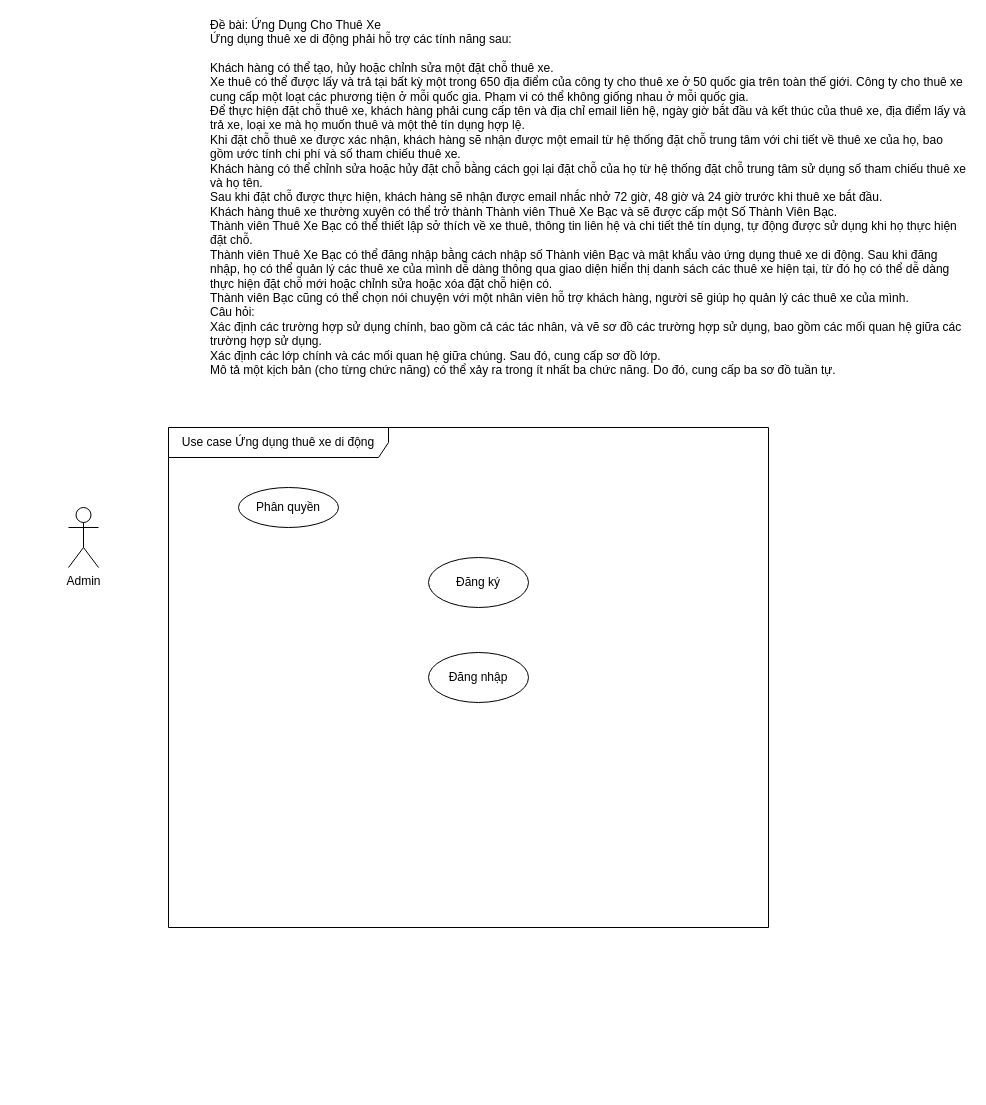
Above: page "Use case - Công nghệ lập trình web" (2 of 2) of CMC/Nháp.drawio in tranthihuong-753/test (draw.io), before the change. Source tidied: cells renumbered, new cells numbered last; positions are measured from the earlier drawing's top-left corner, leaving out a move shared by most shapes. Both pictures are drawn from the tidied source at 100%, with x=0, y=0 at pixel (68, 47).
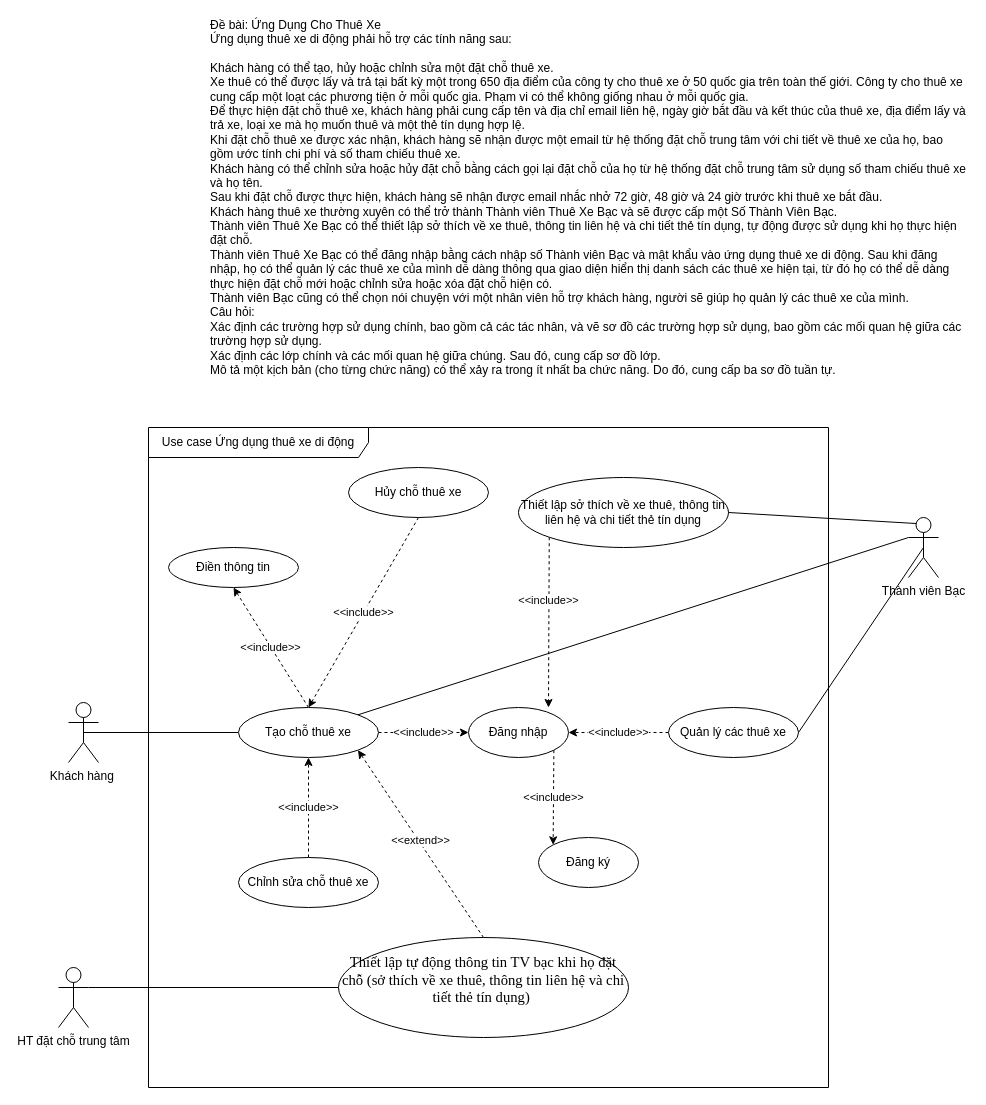
After the change.

Diff of the diagram source:
```diff
@@
     <mxCell id="3" value="Use case&amp;nbsp;&lt;span style=&quot;text-align: left;&quot;&gt;Ứng dụng thuê xe di động&lt;/span&gt;" style="shape=umlFrame;whiteSpace=wrap;html=1;width=220;height=30;" parent="1" vertex="1">
-      <mxGeometry x="100" y="380" width="600" height="500" as="geometry" />
+      <mxGeometry x="80" y="380" width="680" height="660" as="geometry" />
     </mxCell>
-    <mxCell id="4" value="Admin" style="shape=umlActor;verticalLabelPosition=bottom;verticalAlign=top;html=1;" parent="1" vertex="1">
-      <mxGeometry y="460" width="30" height="60" as="geometry" />
-    </mxCell>
-    <mxCell id="5" value="Phân quyền" style="ellipse;whiteSpace=wrap;html=1;" parent="1" vertex="1">
-      <mxGeometry x="170" y="440" width="100" height="40" as="geometry" />
-    </mxCell>
     <mxCell id="6" value="Đăng ký" style="ellipse;whiteSpace=wrap;html=1;" parent="1" vertex="1">
-      <mxGeometry x="360" y="510" width="100" height="50" as="geometry" />
+      <mxGeometry x="470" y="790" width="100" height="50" as="geometry" />
     </mxCell>
+    <mxCell id="8" value="&amp;lt;&amp;lt;include&amp;gt;&amp;gt;" style="rounded=0;jettySize=auto;html=1;exitX=1;exitY=1;exitDx=0;exitDy=0;entryX=0;entryY=0;entryDx=0;entryDy=0;dashed=1;" parent="1" edge="1" source="7" target="6">
+      <mxGeometry relative="1" as="geometry" />
+    </mxCell>
     <mxCell id="7" value="Đăng nhập" style="ellipse;whiteSpace=wrap;html=1;" parent="1" vertex="1">
-      <mxGeometry x="360" y="605" width="100" height="50" as="geometry" />
+      <mxGeometry x="400" y="660" width="100" height="50" as="geometry" />
     </mxCell>
+    <mxCell id="9" style="rounded=0;jettySize=auto;html=1;exitX=0.5;exitY=0.5;exitDx=0;exitDy=0;exitPerimeter=0;entryX=0;entryY=0.5;entryDx=0;entryDy=0;endArrow=none;startFill=0;" parent="1" edge="1" source="10" target="13">
+      <mxGeometry relative="1" as="geometry" />
+    </mxCell>
+    <mxCell id="10" value="Khách hàng&amp;nbsp;" style="shape=umlActor;verticalLabelPosition=bottom;verticalAlign=top;html=1;" parent="1" vertex="1">
+      <mxGeometry y="655" width="30" height="60" as="geometry" />
+    </mxCell>
+    <mxCell id="11" value="&amp;lt;&amp;lt;include&amp;gt;&amp;gt;" style="rounded=0;jettySize=auto;html=1;exitX=1;exitY=0.5;exitDx=0;exitDy=0;entryX=0;entryY=0.5;entryDx=0;entryDy=0;dashed=1;" parent="1" edge="1" source="13" target="7">
+      <mxGeometry relative="1" as="geometry" />
+    </mxCell>
+    <mxCell id="12" value="&amp;lt;&amp;lt;include&amp;gt;&amp;gt;" style="rounded=0;jettySize=auto;html=1;exitX=0.5;exitY=0;exitDx=0;exitDy=0;entryX=0.5;entryY=1;entryDx=0;entryDy=0;dashed=1;" parent="1" edge="1" source="13" target="30">
+      <mxGeometry relative="1" as="geometry" />
+    </mxCell>
+    <mxCell id="13" value="Tạo chỗ thuê xe" style="ellipse;whiteSpace=wrap;html=1;" parent="1" vertex="1">
+      <mxGeometry x="170" y="660" width="140" height="50" as="geometry" />
+    </mxCell>
+    <mxCell id="14" value="&amp;lt;&amp;lt;include&amp;gt;&amp;gt;" style="rounded=0;jettySize=auto;html=1;exitX=0.5;exitY=1;exitDx=0;exitDy=0;dashed=1;entryX=0.5;entryY=0;entryDx=0;entryDy=0;" parent="1" edge="1" source="15" target="13">
+      <mxGeometry relative="1" as="geometry" />
+    </mxCell>
+    <mxCell id="15" value="Hủy chỗ thuê xe" style="ellipse;whiteSpace=wrap;html=1;" parent="1" vertex="1">
+      <mxGeometry x="280" y="420" width="140" height="50" as="geometry" />
+    </mxCell>
+    <mxCell id="16" value="&amp;lt;&amp;lt;include&amp;gt;&amp;gt;" style="rounded=0;jettySize=auto;html=1;exitX=0.5;exitY=0;exitDx=0;exitDy=0;dashed=1;" parent="1" edge="1" source="17" target="13">
+      <mxGeometry relative="1" as="geometry" />
+    </mxCell>
+    <mxCell id="17" value="Chỉnh sửa chỗ thuê xe" style="ellipse;whiteSpace=wrap;html=1;" parent="1" vertex="1">
+      <mxGeometry x="170" y="810" width="140" height="50" as="geometry" />
+    </mxCell>
+    <mxCell id="18" value="&amp;lt;&amp;lt;include&amp;gt;&amp;gt;" style="rounded=0;jettySize=auto;html=1;exitX=0;exitY=1;exitDx=0;exitDy=0;dashed=1;" parent="1" edge="1" source="19">
+      <mxGeometry x="-0.26" relative="1" as="geometry">
+        <mxPoint x="480" y="660" as="targetPoint" />
+      </mxGeometry>
+    </mxCell>
+    <mxCell id="19" value="Thiết lập sở thích về xe thuê, thông tin liên hệ và chi tiết thẻ tín dụng" style="ellipse;whiteSpace=wrap;html=1;" parent="1" vertex="1">
+      <mxGeometry x="450" y="430" width="210" height="70" as="geometry" />
+    </mxCell>
+    <mxCell id="20" value="&amp;lt;&amp;lt;include&amp;gt;&amp;gt;" style="rounded=0;jettySize=auto;html=1;exitX=0;exitY=0.5;exitDx=0;exitDy=0;entryX=1;entryY=0.5;entryDx=0;entryDy=0;dashed=1;" parent="1" edge="1" source="21" target="7">
+      <mxGeometry relative="1" as="geometry" />
+    </mxCell>
+    <mxCell id="21" value="Quản lý các thuê xe" style="ellipse;whiteSpace=wrap;html=1;" parent="1" vertex="1">
+      <mxGeometry x="600" y="660" width="130" height="50" as="geometry" />
+    </mxCell>
+    <mxCell id="22" style="rounded=0;jettySize=auto;html=1;exitX=0.25;exitY=0.1;exitDx=0;exitDy=0;exitPerimeter=0;entryX=1;entryY=0.5;entryDx=0;entryDy=0;endArrow=none;startFill=0;" parent="1" edge="1" source="24" target="19">
+      <mxGeometry relative="1" as="geometry" />
+    </mxCell>
+    <mxCell id="23" style="rounded=0;jettySize=auto;html=1;exitX=0;exitY=0.3333333333333333;exitDx=0;exitDy=0;exitPerimeter=0;entryX=1;entryY=0;entryDx=0;entryDy=0;endArrow=none;startFill=0;" parent="1" edge="1" source="24" target="13">
+      <mxGeometry relative="1" as="geometry" />
+    </mxCell>
+    <mxCell id="24" value="Thành viên Bạc" style="shape=umlActor;verticalLabelPosition=bottom;verticalAlign=top;html=1;" parent="1" vertex="1">
+      <mxGeometry x="840" y="470" width="30" height="60" as="geometry" />
+    </mxCell>
+    <mxCell id="25" style="rounded=0;jettySize=auto;html=1;exitX=1;exitY=0.3333333333333333;exitDx=0;exitDy=0;exitPerimeter=0;entryX=0;entryY=0.5;entryDx=0;entryDy=0;endArrow=none;startFill=0;" parent="1" edge="1" source="26" target="28">
+      <mxGeometry relative="1" as="geometry" />
+    </mxCell>
+    <mxCell id="26" value="HT đặt chỗ trung tâm" style="shape=umlActor;verticalLabelPosition=bottom;verticalAlign=top;html=1;" parent="1" vertex="1">
+      <mxGeometry x="-10" y="920" width="30" height="60" as="geometry" />
+    </mxCell>
+    <mxCell id="27" value="&amp;lt;&amp;lt;extend&amp;gt;&amp;gt;" style="rounded=0;jettySize=auto;html=1;exitX=0.5;exitY=0;exitDx=0;exitDy=0;entryX=1;entryY=1;entryDx=0;entryDy=0;dashed=1;" parent="1" edge="1" source="28" target="13">
+      <mxGeometry x="0.03" y="-2" relative="1" as="geometry" />
+    </mxCell>
+    <mxCell id="28" value="&#10;&lt;b id=&quot;docs-internal-guid-70cc98bf-7fff-0fc6-bff3-2ec52eb0df34&quot; style=&quot;font-weight:normal;&quot;&gt;&lt;span style=&quot;font-size:11pt;font-family:'Times New Roman',serif;color:#000000;background-color:transparent;font-weight:400;font-style:normal;font-variant:normal;text-decoration:none;vertical-align:baseline;white-space:pre;white-space:pre-wrap;&quot;&gt;Thiết lập tự động thông tin TV bạc khi họ đặt chỗ (sở thích về xe thuê, thông tin liên hệ và chi tiết thẻ tín dụng) &lt;/span&gt;&lt;/b&gt;&#10;&#10;" style="ellipse;whiteSpace=wrap;html=1;" parent="1" vertex="1">
+      <mxGeometry x="270" y="890" width="290" height="100" as="geometry" />
+    </mxCell>
+    <mxCell id="29" style="rounded=0;jettySize=auto;html=1;exitX=1;exitY=0.5;exitDx=0;exitDy=0;entryX=0.5;entryY=0.5;entryDx=0;entryDy=0;entryPerimeter=0;endArrow=none;startFill=0;" parent="1" edge="1" source="21" target="24">
+      <mxGeometry relative="1" as="geometry" />
+    </mxCell>
+    <mxCell id="30" value="Điền thông tin" style="ellipse;whiteSpace=wrap;html=1;" parent="1" vertex="1">
+      <mxGeometry x="100" y="500" width="130" height="40" as="geometry" />
+    </mxCell>
```
